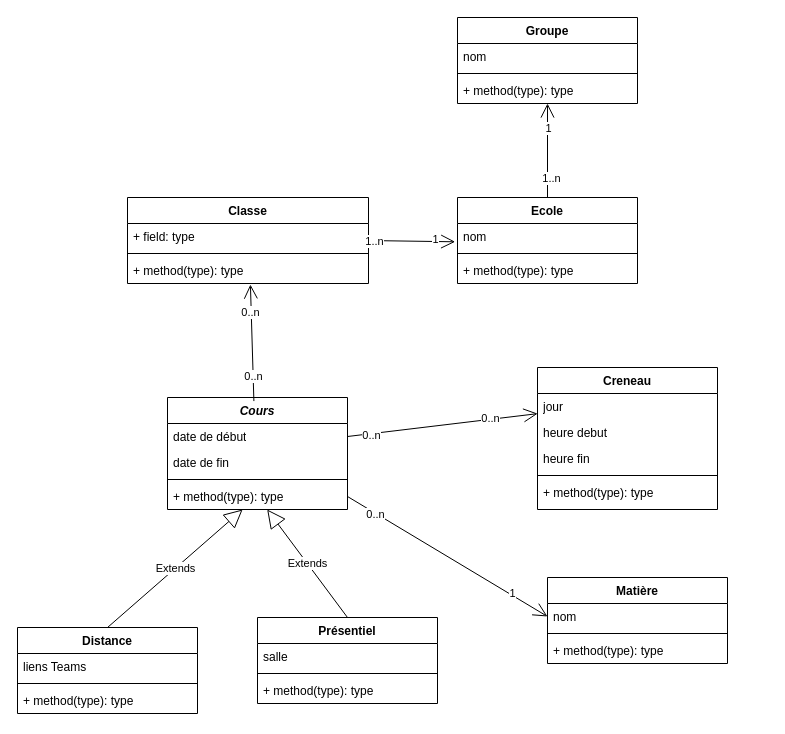
The draw.io diagram page "Page-2" (2 of 2) of superhyperplanning/superhyperplanning.drawio in argonaultes-education/concept-objet-python-sn1, before the edit. Source tidied: cells renumbered, new cells numbered last; positions are measured from the earlier drawing's top-left corner, leaving out a move shared by most shapes. Both pictures are drawn from the tidied source at 100%, with x=0, y=0 at pixel (17, 17).
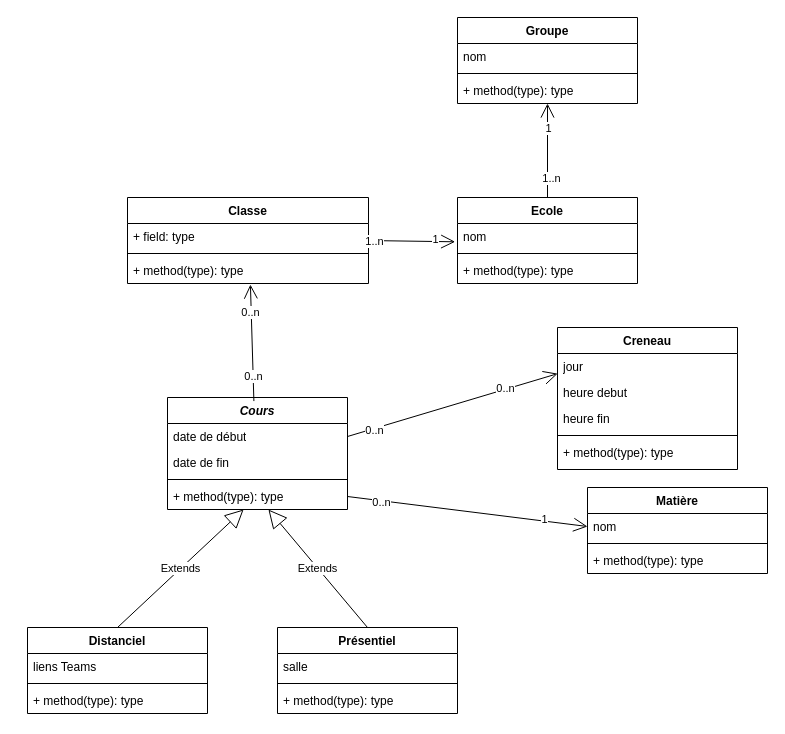
After the change.

Commit message (it also covers changes not shown here):
abstract class prepa

Diff of the diagram source:
```diff
@@
     <mxCell id="12" value="Creneau" style="swimlane;fontStyle=1;align=center;verticalAlign=top;horizontal=1;startSize=26;whiteSpace=wrap;html=1;" parent="1" vertex="1">
-      <mxGeometry x="520" y="350" width="180" height="142" as="geometry" />
+      <mxGeometry x="540" y="310" width="180" height="142" as="geometry" />
     </mxCell>
@@
     <mxCell id="26" value="Matière" style="swimlane;fontStyle=1;align=center;verticalAlign=top;horizontal=1;startSize=26;whiteSpace=wrap;html=1;" parent="1" vertex="1">
-      <mxGeometry x="530" y="560" width="180" height="86" as="geometry" />
+      <mxGeometry x="570" y="470" width="180" height="86" as="geometry" />
     </mxCell>
@@
-    <mxCell id="46" value="Distance" style="swimlane;fontStyle=1;align=center;verticalAlign=top;horizontal=1;startSize=26;whiteSpace=wrap;html=1;" parent="1" vertex="1">
-      <mxGeometry y="610" width="180" height="86" as="geometry" />
+    <mxCell id="46" value="Distanciel" style="swimlane;fontStyle=1;align=center;verticalAlign=top;horizontal=1;startSize=26;whiteSpace=wrap;html=1;" parent="1" vertex="1">
+      <mxGeometry x="10" y="610" width="180" height="86" as="geometry" />
     </mxCell>
@@
     <mxCell id="50" value="Présentiel" style="swimlane;fontStyle=1;align=center;verticalAlign=top;horizontal=1;startSize=26;whiteSpace=wrap;html=1;" parent="1" vertex="1">
-      <mxGeometry x="240" y="600" width="180" height="86" as="geometry" />
+      <mxGeometry x="260" y="610" width="180" height="86" as="geometry" />
     </mxCell>
```
